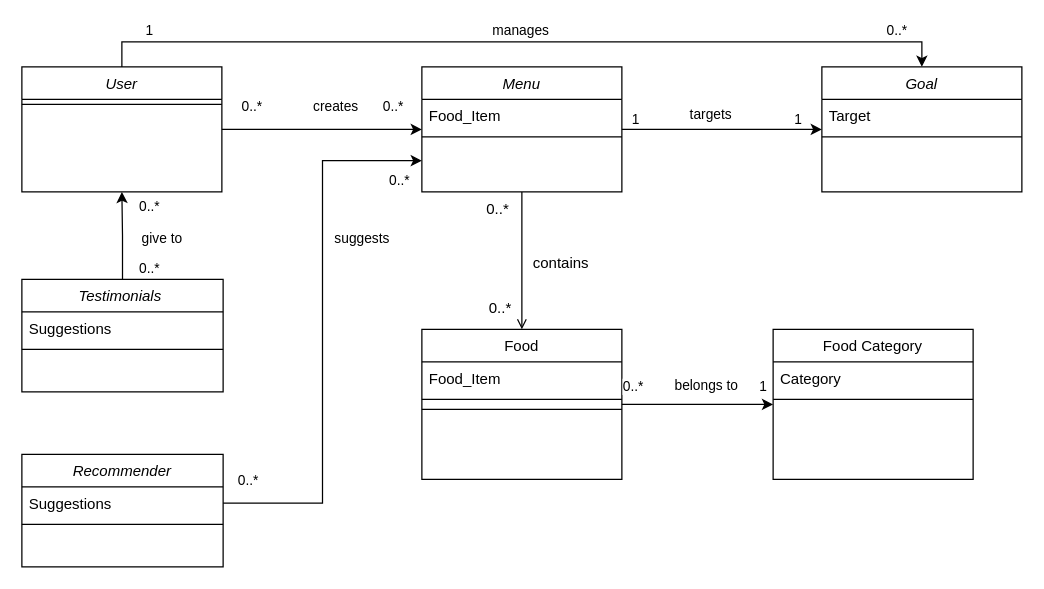
Earlier version of the draw.io diagram ext/DTR_updates.drawio (raeeschaudhary/Coursera_Exams). Source tidied: cells renumbered, new cells numbered last; positions are measured from the earlier drawing's top-left corner, leaving out a move shared by most shapes. Both pictures are drawn from the tidied source at 125%, with x=0, y=0 at pixel (21, 66).
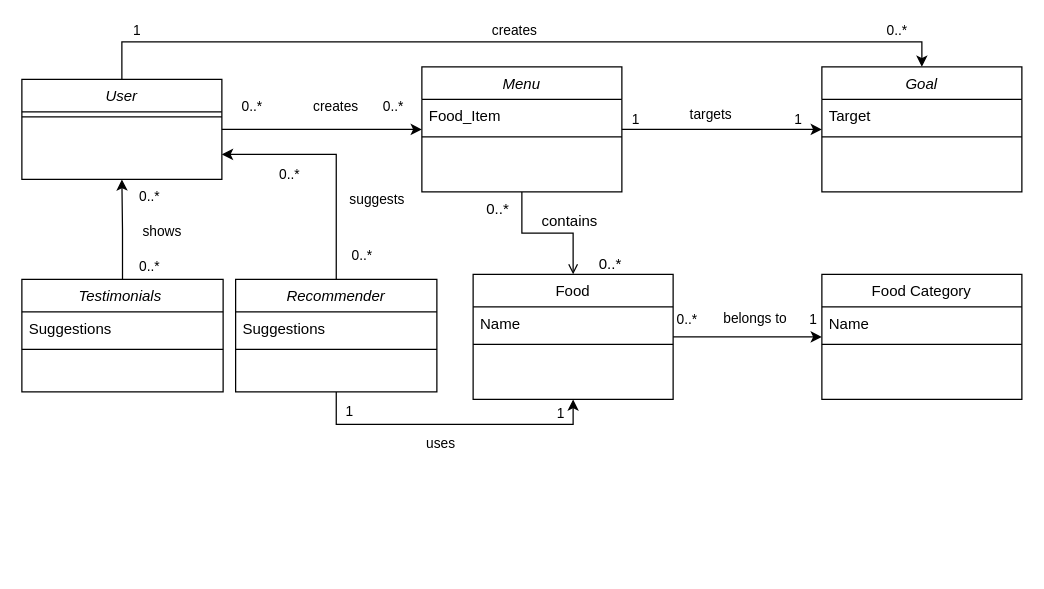
Above is the later version.

Unchanged cells that the change refers to:
```xml
<mxCell id="6" value="Menu" style="swimlane;fontStyle=2;align=center;verticalAlign=top;horizontal=1;startSize=26;rounded=0;shadow=0;strokeWidth=1;" parent="1" vertex="1">
  <mxGeometry x="320" width="160" height="100" as="geometry" />
</mxCell>
<mxCell id="13" style="endArrow=open;shadow=0;strokeWidth=1;rounded=0;endFill=1;edgeStyle=elbowEdgeStyle;elbow=vertical;" parent="1" edge="1" source="6" target="9">
  <mxGeometry x="0.5" y="41" relative="1" as="geometry">
    <mxPoint x="-40" y="32" as="offset" />
  </mxGeometry>
</mxCell>
<mxCell id="20" style="edgeStyle=orthogonalEdgeStyle;rounded=0;jettySize=auto;html=1;entryX=0;entryY=0.5;entryDx=0;entryDy=0;exitX=1;exitY=0.5;exitDx=0;exitDy=0;" parent="1" edge="1" source="9" target="17">
  <mxGeometry relative="1" as="geometry" />
</mxCell>
<mxCell id="28" style="edgeStyle=orthogonalEdgeStyle;rounded=0;jettySize=auto;html=1;exitX=0.5;exitY=0;exitDx=0;exitDy=0;entryX=0.5;entryY=0;entryDx=0;entryDy=0;" parent="1" edge="1" source="32" target="34">
  <mxGeometry relative="1" as="geometry" />
</mxCell>
<mxCell id="38" value="Suggestions" style="text;align=left;verticalAlign=top;spacingLeft=4;spacingRight=4;overflow=hidden;points=[[0,0.5],[1,0.5]];portConstraint=eastwest;" parent="37" vertex="1">
  <mxGeometry y="26" width="161" height="26" as="geometry" />
</mxCell>
<mxCell id="44" style="edgeStyle=orthogonalEdgeStyle;rounded=0;jettySize=auto;html=1;exitX=0.5;exitY=0;exitDx=0;exitDy=0;entryX=0.5;entryY=1;entryDx=0;entryDy=0;" parent="1" edge="1" source="48" target="32">
  <mxGeometry relative="1" as="geometry" />
</mxCell>
```

Change to the diagram source:
```diff
@@
     <mxCell id="9" value="Food" style="swimlane;fontStyle=0;align=center;verticalAlign=top;horizontal=1;startSize=26;rounded=0;shadow=0;strokeWidth=1;" parent="1" vertex="1">
-      <mxGeometry x="320" y="210" width="160" height="120" as="geometry" />
+      <mxGeometry x="361" y="166" width="160" height="100" as="geometry" />
     </mxCell>
-    <mxCell id="10" value="Food_Item" style="text;align=left;verticalAlign=top;spacingLeft=4;spacingRight=4;overflow=hidden;" parent="9" vertex="1">
+    <mxCell id="10" value="Name" style="text;align=left;verticalAlign=top;spacingLeft=4;spacingRight=4;overflow=hidden;" parent="9" vertex="1">
       <mxGeometry y="26" width="160" height="26" as="geometry" />
     </mxCell>
@@
-    <mxCell id="12" style="line;html=1;strokeWidth=1;align=left;verticalAlign=middle;spacingTop=-1;spacingLeft=3;spacingRight=3;labelPosition=right;" parent="9" vertex="1">
-      <mxGeometry y="60" width="160" height="8" as="geometry" />
-    </mxCell>
@@
     <mxCell id="15" value="0..*" style="align=right;verticalAlign=bottom;labelBackgroundColor=none;fontSize=12;" parent="13" vertex="1">
       <mxGeometry x="1" relative="1" as="geometry">
-        <mxPoint x="-7" y="-9" as="offset" />
+        <mxPoint x="40" as="offset" />
       </mxGeometry>
     </mxCell>
     <mxCell id="16" value="contains" style="text;html=1;align=center;verticalAlign=middle;labelBackgroundColor=none;rounded=0;shadow=0;strokeWidth=1;fontSize=12;" parent="13" vertex="1">
       <mxGeometry x="0.5" y="49" relative="1" as="geometry">
-        <mxPoint x="-19" y="-27" as="offset" />
+        <mxPoint x="-53" y="-16" as="offset" />
       </mxGeometry>
     </mxCell>
     <mxCell id="17" value="Food Category" style="swimlane;fontStyle=0;align=center;verticalAlign=top;horizontal=1;startSize=26;rounded=0;shadow=0;strokeWidth=1;" parent="1" vertex="1">
-      <mxGeometry x="601" y="210" width="160" height="120" as="geometry" />
+      <mxGeometry x="640" y="166" width="160" height="100" as="geometry" />
     </mxCell>
-    <mxCell id="18" value="Category" style="text;align=left;verticalAlign=top;spacingLeft=4;spacingRight=4;overflow=hidden;" parent="17" vertex="1">
+    <mxCell id="18" value="Name" style="text;align=left;verticalAlign=top;spacingLeft=4;spacingRight=4;overflow=hidden;" parent="17" vertex="1">
       <mxGeometry y="26" width="160" height="26" as="geometry" />
     </mxCell>
@@
     <mxCell id="23" value="0..*" style="edgeLabel;html=1;align=center;verticalAlign=middle;" parent="20" vertex="1">
       <mxGeometry x="-0.68" y="3" relative="1" as="geometry">
-        <mxPoint x="-11" y="-12" as="offset" />
+        <mxPoint x="-9" y="-12" as="offset" />
       </mxGeometry>
     </mxCell>
@@
-    <mxCell id="29" value="manages" style="edgeLabel;html=1;align=center;verticalAlign=middle;" parent="28" vertex="1">
+    <mxCell id="29" value="creates" style="edgeLabel;html=1;align=center;verticalAlign=middle;" parent="28" vertex="1">
       <mxGeometry x="0.01" y="-2" relative="1" as="geometry">
         <mxPoint x="-5" y="-12" as="offset" />
       </mxGeometry>
     </mxCell>
@@
     <mxCell id="32" value="User" style="swimlane;fontStyle=2;align=center;verticalAlign=top;horizontal=1;startSize=26;rounded=0;shadow=0;strokeWidth=1;" parent="1" vertex="1">
-      <mxGeometry width="160" height="100" as="geometry" />
+      <mxGeometry y="10" width="160" height="80" as="geometry" />
     </mxCell>
@@
+    <mxCell id="51" style="edgeStyle=orthogonalEdgeStyle;rounded=0;jettySize=auto;html=1;exitX=0.5;exitY=1;exitDx=0;exitDy=0;entryX=0.5;entryY=1;entryDx=0;entryDy=0;" parent="1" edge="1" source="37" target="9">
+      <mxGeometry relative="1" as="geometry" />
+    </mxCell>
+    <mxCell id="52" value="1" style="edgeLabel;html=1;align=center;verticalAlign=middle;" parent="51" vertex="1">
+      <mxGeometry x="-0.87" y="4" relative="1" as="geometry">
+        <mxPoint x="6" as="offset" />
+      </mxGeometry>
+    </mxCell>
+    <mxCell id="53" value="1" style="edgeLabel;html=1;align=center;verticalAlign=middle;" parent="51" vertex="1">
+      <mxGeometry x="0.85" y="1" relative="1" as="geometry">
+        <mxPoint x="-10" y="-7" as="offset" />
+      </mxGeometry>
+    </mxCell>
+    <mxCell id="54" value="uses" style="edgeLabel;html=1;align=center;verticalAlign=middle;" parent="51" vertex="1">
+      <mxGeometry x="-0.08" y="-3" relative="1" as="geometry">
+        <mxPoint x="1" y="11" as="offset" />
+      </mxGeometry>
+    </mxCell>
     <mxCell id="37" value="Recommender" style="swimlane;fontStyle=2;align=center;verticalAlign=top;horizontal=1;startSize=26;rounded=0;shadow=0;strokeWidth=1;" parent="1" vertex="1">
-      <mxGeometry y="310" width="161" height="90" as="geometry" />
+      <mxGeometry x="171" y="170" width="161" height="90" as="geometry" />
     </mxCell>
@@
-    <mxCell id="40" style="edgeStyle=orthogonalEdgeStyle;rounded=0;jettySize=auto;html=1;exitX=1;exitY=0.5;exitDx=0;exitDy=0;entryX=0;entryY=0.75;entryDx=0;entryDy=0;" parent="1" edge="1" source="38" target="6">
+    <mxCell id="40" style="edgeStyle=orthogonalEdgeStyle;rounded=0;jettySize=auto;html=1;exitX=0.5;exitY=0;exitDx=0;exitDy=0;entryX=1;entryY=0.75;entryDx=0;entryDy=0;" parent="1" edge="1" source="37" target="32">
       <mxGeometry relative="1" as="geometry" />
     </mxCell>
     <mxCell id="41" value="suggests" style="edgeLabel;html=1;align=center;verticalAlign=middle;" parent="40" vertex="1">
       <mxGeometry x="0.35" relative="1" as="geometry">
-        <mxPoint x="31" as="offset" />
+        <mxPoint x="61" y="35" as="offset" />
       </mxGeometry>
     </mxCell>
     <mxCell id="42" value="0..*" style="edgeLabel;html=1;align=center;verticalAlign=middle;" parent="40" vertex="1">
       <mxGeometry x="-0.8" y="3" relative="1" as="geometry">
-        <mxPoint x="-24" y="-16" as="offset" />
+        <mxPoint x="23" y="-1" as="offset" />
       </mxGeometry>
     </mxCell>
@@
-    <mxCell id="45" value="give to" style="edgeLabel;html=1;align=center;verticalAlign=middle;" parent="44" vertex="1">
+    <mxCell id="45" value="shows" style="edgeLabel;html=1;align=center;verticalAlign=middle;" parent="44" vertex="1">
       <mxGeometry x="0.01" y="2" relative="1" as="geometry">
         <mxPoint x="33" y="2" as="offset" />
       </mxGeometry>
     </mxCell>
```
